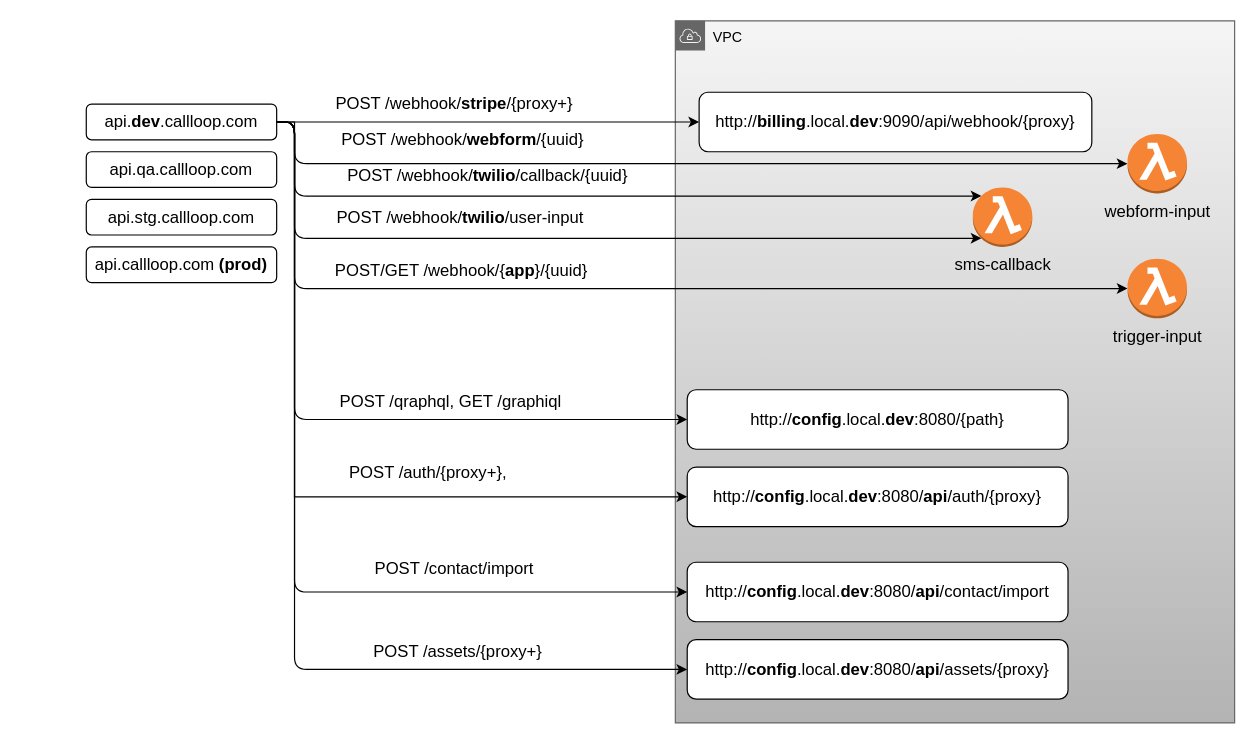
Above: ApiGW.drawio in CallLoop/CL2-diagrams (draw.io), before the change. Source tidied: cells renumbered, new cells numbered last; positions are measured from the earlier drawing's top-left corner, leaving out a move shared by most shapes. Both pictures are drawn from the tidied source at 119%, with x=0, y=0 at pixel (86, 20).
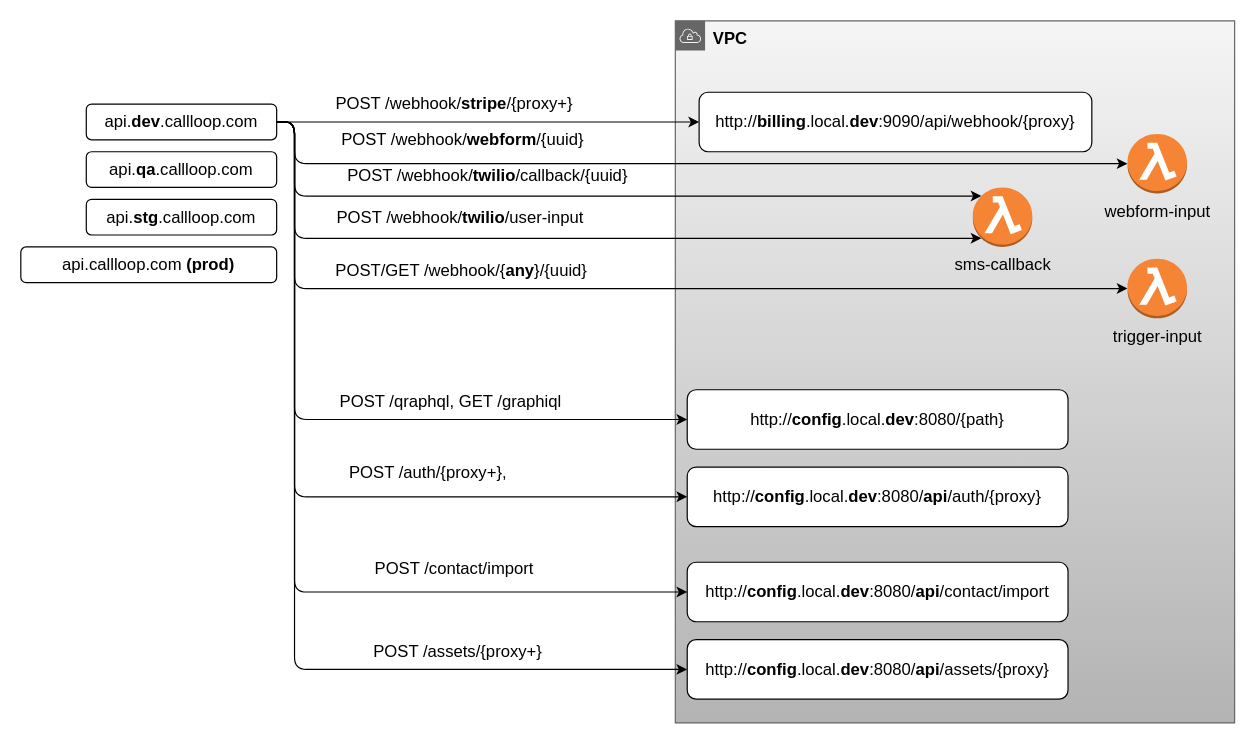
The same page after the edit.

The change refers to these unchanged cells:
```xml
<mxCell id="11" value="api.&lt;b&gt;dev&lt;/b&gt;.callloop.com" style="rounded=1;whiteSpace=wrap;html=1;fontSize=14;" parent="1" vertex="1">
  <mxGeometry y="70" width="160" height="30" as="geometry" />
</mxCell>
<mxCell id="17" value="trigger-input" style="outlineConnect=0;dashed=0;verticalLabelPosition=bottom;verticalAlign=top;align=center;html=1;shape=mxgraph.aws3.lambda_function;fillColor=#F58534;gradientColor=none;fontSize=14;" parent="1" vertex="1">
  <mxGeometry x="875" y="200" width="50" height="50" as="geometry" />
</mxCell>
<mxCell id="20" value="http://&lt;b&gt;config&lt;/b&gt;.local.&lt;b&gt;dev&lt;/b&gt;:8080/&lt;b&gt;api&lt;/b&gt;/auth/{proxy}" style="rounded=1;whiteSpace=wrap;html=1;fontSize=14;" parent="1" vertex="1">
  <mxGeometry x="505" y="375" width="320" height="50" as="geometry" />
</mxCell>
```

The edit, as a diff of the source:
```diff
@@
-    <mxCell id="2" value="VPC" style="sketch=0;html=1;whiteSpace=wrap;fontSize=12;fontStyle=0;shape=mxgraph.aws4.group;grIcon=mxgraph.aws4.group_vpc;strokeColor=#666666;fillColor=#f5f5f5;verticalAlign=top;align=left;spacingLeft=30;dashed=0;gradientColor=#b3b3b3;" parent="1" vertex="1">
+    <mxCell id="2" value="VPC" style="sketch=0;html=1;whiteSpace=wrap;fontSize=14;fontStyle=1;shape=mxgraph.aws4.group;grIcon=mxgraph.aws4.group_vpc;strokeColor=#666666;fillColor=#f5f5f5;verticalAlign=top;align=left;spacingLeft=30;dashed=0;gradientColor=#b3b3b3;" parent="1" vertex="1">
       <mxGeometry x="495" width="470" height="590" as="geometry" />
     </mxCell>
@@
-    <mxCell id="7" value="POST /auth/{proxy+}," style="edgeStyle=orthogonalEdgeStyle;rounded=0;jettySize=auto;html=1;exitX=1;exitY=0.5;exitDx=0;exitDy=0;entryX=0;entryY=0.5;entryDx=0;entryDy=0;fontSize=14;align=center;spacingLeft=0;verticalAlign=middle;horizontal=1;" parent="1" edge="1" source="11" target="20">
+    <mxCell id="7" value="POST /auth/{proxy+}," style="edgeStyle=orthogonalEdgeStyle;rounded=1;jettySize=auto;html=1;exitX=1;exitY=0.5;exitDx=0;exitDy=0;entryX=0;entryY=0.5;entryDx=0;entryDy=0;fontSize=14;align=center;spacingLeft=0;verticalAlign=middle;horizontal=1;" parent="1" edge="1" source="11" target="20">
       <mxGeometry x="0.34" y="20" relative="1" as="geometry">
         <Array as="points">
           <mxPoint x="175" y="85" />
           <mxPoint x="175" y="400" />
         </Array>
       </mxGeometry>
     </mxCell>
@@
-    <mxCell id="12" value="POST/GET /webhook/{&lt;b&gt;app&lt;/b&gt;}/{uuid}" style="edgeStyle=orthogonalEdgeStyle;rounded=1;jettySize=auto;html=1;exitX=1;exitY=0.5;exitDx=0;exitDy=0;fontSize=14;align=center;spacingLeft=0;verticalAlign=middle;horizontal=1;entryX=0;entryY=0.5;entryDx=0;entryDy=0;entryPerimeter=0;" parent="1" edge="1" source="11" target="17">
+    <mxCell id="12" value="POST/GET /webhook/{&lt;b&gt;any&lt;/b&gt;}/{uuid}" style="edgeStyle=orthogonalEdgeStyle;rounded=1;jettySize=auto;html=1;exitX=1;exitY=0.5;exitDx=0;exitDy=0;fontSize=14;align=center;spacingLeft=0;verticalAlign=middle;horizontal=1;entryX=0;entryY=0.5;entryDx=0;entryDy=0;entryPerimeter=0;" parent="1" edge="1" source="11" target="17">
       <mxGeometry x="-0.31" y="15" relative="1" as="geometry">
         <Array as="points">
           <mxPoint x="175" y="85" />
           <mxPoint x="175" y="225" />
         </Array>
       </mxGeometry>
     </mxCell>
-    <mxCell id="13" value="api.qa.callloop.com" style="rounded=1;whiteSpace=wrap;html=1;fontSize=14;" parent="1" vertex="1">
+    <mxCell id="13" value="api.&lt;b&gt;qa&lt;/b&gt;.callloop.com" style="rounded=1;whiteSpace=wrap;html=1;fontSize=14;" parent="1" vertex="1">
       <mxGeometry y="110" width="160" height="30" as="geometry" />
     </mxCell>
@@
-    <mxCell id="15" value="api.stg.callloop.com" style="rounded=1;whiteSpace=wrap;html=1;fontSize=14;" parent="1" vertex="1">
+    <mxCell id="15" value="api.&lt;b&gt;stg&lt;/b&gt;.callloop.com" style="rounded=1;whiteSpace=wrap;html=1;fontSize=14;" parent="1" vertex="1">
       <mxGeometry y="150" width="160" height="30" as="geometry" />
     </mxCell>
     <mxCell id="16" value="api.callloop.com &lt;b&gt;(prod)&lt;/b&gt;" style="rounded=1;whiteSpace=wrap;html=1;fontSize=14;" parent="1" vertex="1">
-      <mxGeometry y="190" width="160" height="30" as="geometry" />
+      <mxGeometry x="-55" y="190" width="215" height="30" as="geometry" />
     </mxCell>
```
